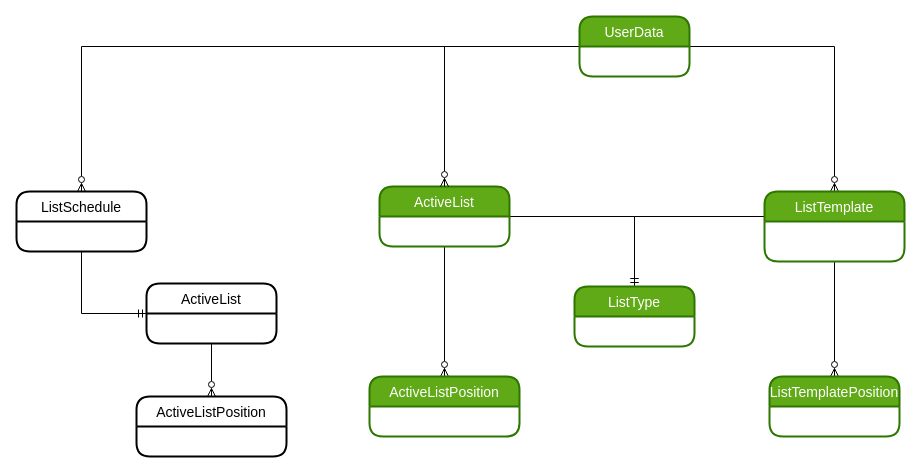
This is doc/listopolis_datastructure.drawio from NoHive/listopolis, a draw.io file, before an edit. Source tidied: cells renumbered, new cells numbered last; positions are measured from the earlier drawing's top-left corner, leaving out a move shared by most shapes. Both pictures are drawn from the tidied source at 100%, with x=0, y=0 at pixel (16, 16).
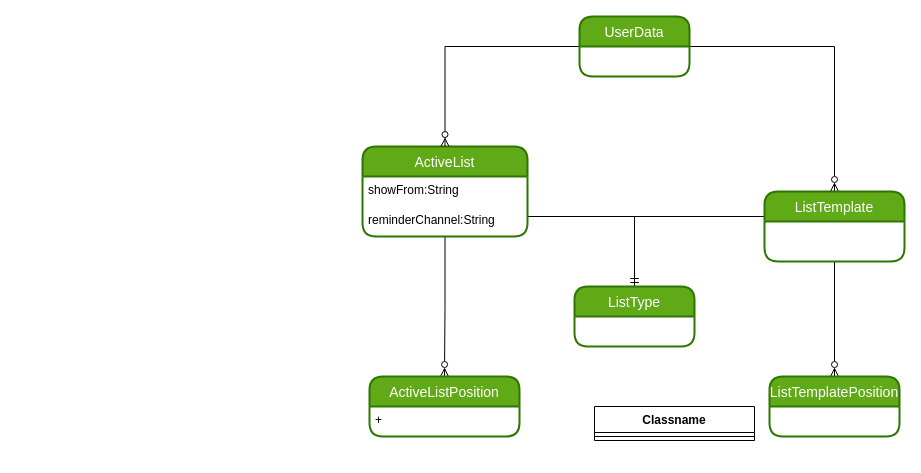
The same diagram, later.

The change refers to these unchanged cells:
```xml
<mxCell id="8" value="UserData" style="swimlane;horizontal=1;startSize=30;rounded=1;fontSize=14;fontStyle=0;strokeWidth=2;shadow=0;dashed=0;align=center;fillColor=#60a917;fontColor=#ffffff;strokeColor=#2D7600;" parent="1" vertex="1">
  <mxGeometry x="563" width="110" height="60" as="geometry" />
</mxCell>
<mxCell id="12" value="ActiveListPosition" style="swimlane;horizontal=1;startSize=30;rounded=1;fontSize=14;fontStyle=0;strokeWidth=2;shadow=0;dashed=0;align=center;fillColor=#60a917;fontColor=#ffffff;strokeColor=#2D7600;" parent="1" vertex="1">
  <mxGeometry x="353" y="360" width="150" height="60" as="geometry" />
</mxCell>
```

Change to the diagram source:
```diff
@@
     <mxCell id="4" value="ActiveList" style="swimlane;horizontal=1;startSize=30;rounded=1;fontSize=14;fontStyle=0;strokeWidth=2;shadow=0;dashed=0;align=center;fillColor=#60a917;fontColor=#ffffff;strokeColor=#2D7600;" parent="1" vertex="1">
-      <mxGeometry x="363" y="170" width="130" height="60" as="geometry" />
+      <mxGeometry x="346" y="130" width="165" height="90" as="geometry" />
     </mxCell>
+    <mxCell id="20" value="showFrom:String" style="text;strokeColor=none;fillColor=none;align=left;verticalAlign=top;spacingLeft=4;spacingRight=4;overflow=hidden;" parent="4" vertex="1">
+      <mxGeometry y="30" width="165" height="30" as="geometry" />
+    </mxCell>
+    <mxCell id="21" value="reminderChannel:String" style="text;strokeColor=none;fillColor=none;align=left;verticalAlign=top;spacingLeft=4;spacingRight=4;overflow=hidden;" parent="4" vertex="1">
+      <mxGeometry y="60" width="165" height="30" as="geometry" />
+    </mxCell>
@@
-    <mxCell id="7" style="edgeStyle=orthogonalEdgeStyle;rounded=0;jettySize=auto;html=1;entryX=0.5;entryY=0;entryDx=0;entryDy=0;endArrow=ERzeroToMany;endFill=0;" parent="1" edge="1" source="8" target="19">
-      <mxGeometry relative="1" as="geometry" />
-    </mxCell>
@@
+    <mxCell id="22" value="+" style="text;strokeColor=none;fillColor=none;align=left;verticalAlign=top;spacingLeft=4;spacingRight=4;overflow=hidden;" parent="12" vertex="1">
+      <mxGeometry y="30" width="150" height="30" as="geometry" />
+    </mxCell>
@@
-    <mxCell id="15" style="edgeStyle=orthogonalEdgeStyle;rounded=0;jettySize=auto;html=1;entryX=0.5;entryY=0;entryDx=0;entryDy=0;endArrow=ERzeroToMany;endFill=0;" parent="1" edge="1" source="16" target="17">
-      <mxGeometry relative="1" as="geometry" />
-    </mxCell>
-    <mxCell id="16" value="ActiveList" style="swimlane;horizontal=1;startSize=30;rounded=1;fontSize=14;fontStyle=0;strokeWidth=2;shadow=0;dashed=0;align=center;" parent="1" vertex="1">
-      <mxGeometry x="130" y="267" width="130" height="60" as="geometry" />
-    </mxCell>
-    <mxCell id="17" value="ActiveListPosition" style="swimlane;horizontal=1;startSize=30;rounded=1;fontSize=14;fontStyle=0;strokeWidth=2;shadow=0;dashed=0;align=center;" parent="1" vertex="1">
-      <mxGeometry x="120" y="380" width="150" height="60" as="geometry" />
-    </mxCell>
-    <mxCell id="18" style="edgeStyle=orthogonalEdgeStyle;rounded=0;jettySize=auto;html=1;entryX=0;entryY=0.5;entryDx=0;entryDy=0;endArrow=ERmandOne;endFill=0;" parent="1" edge="1" source="19" target="16">
-      <mxGeometry relative="1" as="geometry" />
-    </mxCell>
-    <mxCell id="19" value="ListSchedule" style="swimlane;horizontal=1;startSize=30;rounded=1;fontSize=14;fontStyle=0;strokeWidth=2;shadow=0;dashed=0;align=center;" parent="1" vertex="1">
-      <mxGeometry y="175" width="130" height="60" as="geometry" />
-    </mxCell>
+    <mxCell id="23" value="Classname" style="swimlane;fontStyle=1;align=center;verticalAlign=top;horizontal=1;startSize=26;" parent="1" vertex="1">
+      <mxGeometry x="578" y="390" width="160" height="34" as="geometry" />
+    </mxCell>
+    <mxCell id="24" style="line;strokeWidth=1;fillColor=none;align=left;verticalAlign=middle;spacingTop=-1;spacingLeft=3;spacingRight=3;labelPosition=right;" parent="23" vertex="1">
+      <mxGeometry y="26" width="160" height="8" as="geometry" />
+    </mxCell>
```
